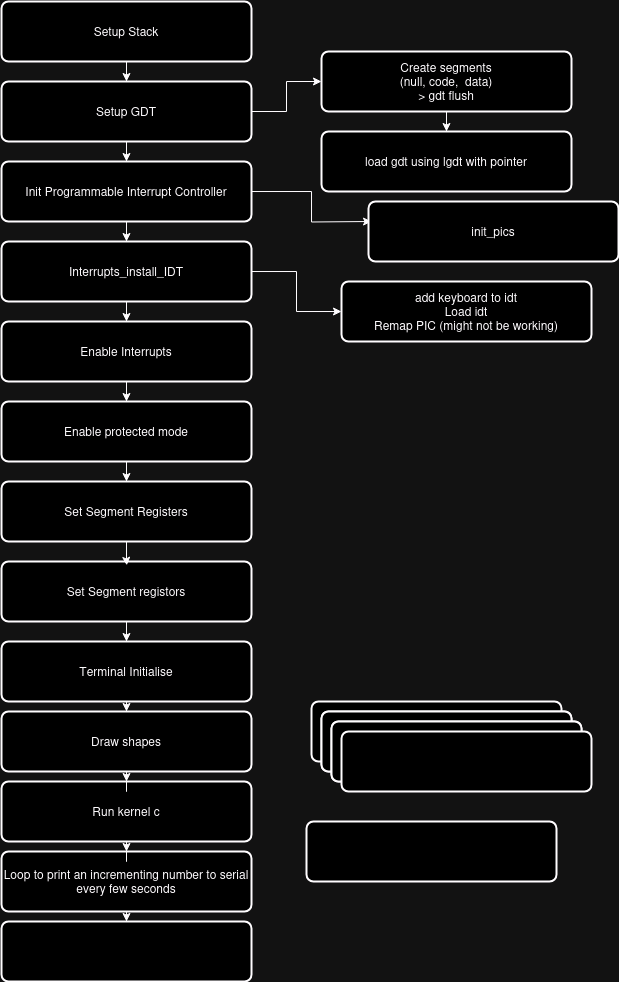
The draw.io diagram Worksheet2p2.drawio.png in bsjohnson20/OperatingSystems-Worksheets, before a commit. Source tidied: cells renumbered, new cells last; positions are measured from the earlier drawing's top-left corner, leaving out a move shared by most shapes. The source it was exported from:
```xml
<mxGraphModel>
  <root>
    <mxCell id="0" />
    <mxCell id="1" parent="0" />
    <mxCell id="2" style="edgeStyle=orthogonalEdgeStyle;rounded=0;jettySize=auto;html=1;" parent="1" edge="1" source="4">
      <mxGeometry relative="1" as="geometry">
        <mxPoint x="125" y="320" as="targetPoint" />
      </mxGeometry>
    </mxCell>
    <mxCell id="3" style="edgeStyle=orthogonalEdgeStyle;rounded=0;jettySize=auto;html=1;" parent="1" edge="1" source="4" target="6">
      <mxGeometry relative="1" as="geometry" />
    </mxCell>
    <mxCell id="4" value="Enable Interrupts" style="rounded=1;whiteSpace=wrap;html=1;absoluteArcSize=1;arcSize=14;strokeWidth=2;" parent="1" vertex="1">
      <mxGeometry y="320" width="250" height="60" as="geometry" />
    </mxCell>
    <mxCell id="5" style="edgeStyle=orthogonalEdgeStyle;rounded=0;jettySize=auto;html=1;entryX=0.5;entryY=0;entryDx=0;entryDy=0;" parent="1" edge="1" source="6" target="17">
      <mxGeometry relative="1" as="geometry" />
    </mxCell>
    <mxCell id="6" value="Enable protected mode" style="rounded=1;whiteSpace=wrap;html=1;absoluteArcSize=1;arcSize=14;strokeWidth=2;" parent="1" vertex="1">
      <mxGeometry y="400" width="250" height="60" as="geometry" />
    </mxCell>
    <mxCell id="7" style="edgeStyle=orthogonalEdgeStyle;rounded=0;jettySize=auto;html=1;" parent="1" edge="1" source="8" target="41">
      <mxGeometry relative="1" as="geometry" />
    </mxCell>
    <mxCell id="8" value="Interrupts_install_IDT" style="rounded=1;whiteSpace=wrap;html=1;absoluteArcSize=1;arcSize=14;strokeWidth=2;" parent="1" vertex="1">
      <mxGeometry y="240" width="250" height="60" as="geometry" />
    </mxCell>
    <mxCell id="9" style="edgeStyle=orthogonalEdgeStyle;rounded=0;jettySize=auto;html=1;" parent="1" edge="1" source="11" target="8">
      <mxGeometry relative="1" as="geometry" />
    </mxCell>
    <mxCell id="10" style="edgeStyle=orthogonalEdgeStyle;rounded=0;jettySize=auto;html=1;" parent="1" edge="1" source="11">
      <mxGeometry relative="1" as="geometry">
        <mxPoint x="370" y="220" as="targetPoint" />
      </mxGeometry>
    </mxCell>
    <mxCell id="11" value="Init Programmable Interrupt Controller" style="rounded=1;whiteSpace=wrap;html=1;absoluteArcSize=1;arcSize=14;strokeWidth=2;" parent="1" vertex="1">
      <mxGeometry y="160" width="250" height="60" as="geometry" />
    </mxCell>
    <mxCell id="12" style="edgeStyle=orthogonalEdgeStyle;rounded=0;jettySize=auto;html=1;entryX=0;entryY=0.5;entryDx=0;entryDy=0;exitX=1;exitY=0.5;exitDx=0;exitDy=0;" parent="1" edge="1" source="14" target="37">
      <mxGeometry relative="1" as="geometry" />
    </mxCell>
    <mxCell id="13" style="edgeStyle=orthogonalEdgeStyle;rounded=0;jettySize=auto;html=1;" parent="1" edge="1" source="14" target="11">
      <mxGeometry relative="1" as="geometry" />
    </mxCell>
    <mxCell id="14" value="Setup GDT" style="rounded=1;whiteSpace=wrap;html=1;absoluteArcSize=1;arcSize=14;strokeWidth=2;" parent="1" vertex="1">
      <mxGeometry y="80" width="250" height="60" as="geometry" />
    </mxCell>
    <mxCell id="15" style="edgeStyle=orthogonalEdgeStyle;rounded=0;jettySize=auto;html=1;" parent="1" edge="1" source="16" target="14">
      <mxGeometry relative="1" as="geometry" />
    </mxCell>
    <mxCell id="16" value="Setup Stack" style="rounded=1;whiteSpace=wrap;html=1;absoluteArcSize=1;arcSize=14;strokeWidth=2;" parent="1" vertex="1">
      <mxGeometry width="250" height="60" as="geometry" />
    </mxCell>
    <mxCell id="17" value="Set Segment Registers" style="rounded=1;whiteSpace=wrap;html=1;absoluteArcSize=1;arcSize=14;strokeWidth=2;" parent="1" vertex="1">
      <mxGeometry y="480" width="250" height="60" as="geometry" />
    </mxCell>
    <mxCell id="18" style="edgeStyle=orthogonalEdgeStyle;rounded=0;jettySize=auto;html=1;entryX=0.5;entryY=0;entryDx=0;entryDy=0;" parent="1" edge="1" source="19" target="21">
      <mxGeometry relative="1" as="geometry" />
    </mxCell>
    <mxCell id="19" value="Set Segment registors" style="rounded=1;whiteSpace=wrap;html=1;absoluteArcSize=1;arcSize=14;strokeWidth=2;" parent="1" vertex="1">
      <mxGeometry y="560" width="250" height="60" as="geometry" />
    </mxCell>
    <mxCell id="20" style="edgeStyle=orthogonalEdgeStyle;rounded=0;jettySize=auto;html=1;entryX=0.5;entryY=0;entryDx=0;entryDy=0;" parent="1" edge="1" source="21" target="29">
      <mxGeometry relative="1" as="geometry" />
    </mxCell>
    <mxCell id="21" value="Terminal Initialise" style="rounded=1;whiteSpace=wrap;html=1;absoluteArcSize=1;arcSize=14;strokeWidth=2;" parent="1" vertex="1">
      <mxGeometry y="640" width="250" height="60" as="geometry" />
    </mxCell>
    <mxCell id="22" style="rounded=1;whiteSpace=wrap;html=1;absoluteArcSize=1;arcSize=14;strokeWidth=2;" parent="1" vertex="1">
      <mxGeometry x="310" y="700" width="250" height="60" as="geometry" />
    </mxCell>
    <mxCell id="23" style="rounded=1;whiteSpace=wrap;html=1;absoluteArcSize=1;arcSize=14;strokeWidth=2;" parent="1" vertex="1">
      <mxGeometry x="320" y="710" width="250" height="60" as="geometry" />
    </mxCell>
    <mxCell id="24" style="edgeStyle=orthogonalEdgeStyle;rounded=0;jettySize=auto;html=1;entryX=0.5;entryY=0;entryDx=0;entryDy=0;" parent="1" edge="1" source="25" target="35">
      <mxGeometry relative="1" as="geometry" />
    </mxCell>
    <mxCell id="25" value="Loop to print an incrementing number to serial every few seconds" style="rounded=1;whiteSpace=wrap;html=1;absoluteArcSize=1;arcSize=14;strokeWidth=2;" parent="1" vertex="1">
      <mxGeometry y="850" width="250" height="60" as="geometry" />
    </mxCell>
    <mxCell id="26" style="edgeStyle=orthogonalEdgeStyle;rounded=0;jettySize=auto;html=1;entryX=0.5;entryY=0;entryDx=0;entryDy=0;" parent="1" edge="1" source="27" target="25">
      <mxGeometry relative="1" as="geometry" />
    </mxCell>
    <mxCell id="27" value="Run kernel c" style="rounded=1;whiteSpace=wrap;html=1;absoluteArcSize=1;arcSize=14;strokeWidth=2;" parent="1" vertex="1">
      <mxGeometry y="780" width="250" height="60" as="geometry" />
    </mxCell>
    <mxCell id="28" style="edgeStyle=orthogonalEdgeStyle;rounded=0;jettySize=auto;html=1;" parent="1" edge="1" source="29" target="27">
      <mxGeometry relative="1" as="geometry" />
    </mxCell>
    <mxCell id="29" value="Draw shapes" style="rounded=1;whiteSpace=wrap;html=1;absoluteArcSize=1;arcSize=14;strokeWidth=2;" parent="1" vertex="1">
      <mxGeometry y="710" width="250" height="60" as="geometry" />
    </mxCell>
    <mxCell id="30" style="rounded=1;whiteSpace=wrap;html=1;absoluteArcSize=1;arcSize=14;strokeWidth=2;" parent="1" vertex="1">
      <mxGeometry x="320" y="710" width="250" height="60" as="geometry" />
    </mxCell>
    <mxCell id="31" style="rounded=1;whiteSpace=wrap;html=1;absoluteArcSize=1;arcSize=14;strokeWidth=2;" parent="1" vertex="1">
      <mxGeometry x="330" y="720" width="250" height="60" as="geometry" />
    </mxCell>
    <mxCell id="32" style="rounded=1;whiteSpace=wrap;html=1;absoluteArcSize=1;arcSize=14;strokeWidth=2;" parent="1" vertex="1">
      <mxGeometry x="330" y="720" width="250" height="60" as="geometry" />
    </mxCell>
    <mxCell id="33" style="rounded=1;whiteSpace=wrap;html=1;absoluteArcSize=1;arcSize=14;strokeWidth=2;" parent="1" vertex="1">
      <mxGeometry x="340" y="730" width="250" height="60" as="geometry" />
    </mxCell>
    <mxCell id="34" style="rounded=1;whiteSpace=wrap;html=1;absoluteArcSize=1;arcSize=14;strokeWidth=2;" parent="1" vertex="1">
      <mxGeometry x="305" y="820" width="250" height="60" as="geometry" />
    </mxCell>
    <mxCell id="35" style="rounded=1;whiteSpace=wrap;html=1;absoluteArcSize=1;arcSize=14;strokeWidth=2;" parent="1" vertex="1">
      <mxGeometry y="920" width="250" height="60" as="geometry" />
    </mxCell>
    <mxCell id="36" style="edgeStyle=orthogonalEdgeStyle;rounded=0;jettySize=auto;html=1;entryX=0.5;entryY=0;entryDx=0;entryDy=0;" parent="1" edge="1" source="37" target="39">
      <mxGeometry relative="1" as="geometry" />
    </mxCell>
    <mxCell id="37" value="&lt;div&gt;Create segments&lt;br&gt;(null, code,&amp;nbsp; data)&lt;br&gt;&lt;/div&gt;&lt;div&gt;&amp;gt; gdt flush&lt;br&gt;&lt;/div&gt;" style="rounded=1;whiteSpace=wrap;html=1;absoluteArcSize=1;arcSize=14;strokeWidth=2;" parent="1" vertex="1">
      <mxGeometry x="320" y="50" width="250" height="60" as="geometry" />
    </mxCell>
    <mxCell id="38" style="edgeStyle=orthogonalEdgeStyle;rounded=0;jettySize=auto;html=1;entryX=0.501;entryY=0.064;entryDx=0;entryDy=0;entryPerimeter=0;" parent="1" edge="1" source="17" target="19">
      <mxGeometry relative="1" as="geometry" />
    </mxCell>
    <mxCell id="39" value="load gdt using lgdt with pointer" style="rounded=1;whiteSpace=wrap;html=1;absoluteArcSize=1;arcSize=14;strokeWidth=2;" parent="1" vertex="1">
      <mxGeometry x="320" y="130" width="250" height="60" as="geometry" />
    </mxCell>
    <mxCell id="40" value="init_pics" style="rounded=1;whiteSpace=wrap;html=1;absoluteArcSize=1;arcSize=14;strokeWidth=2;" parent="1" vertex="1">
      <mxGeometry x="367" y="200" width="250" height="60" as="geometry" />
    </mxCell>
    <mxCell id="41" value="&lt;div&gt;add keyboard to idt&lt;/div&gt;&lt;div&gt;Load idt&lt;/div&gt;&lt;div&gt;Remap PIC (might not be working)&lt;br&gt;&lt;/div&gt;" style="rounded=1;whiteSpace=wrap;html=1;absoluteArcSize=1;arcSize=14;strokeWidth=2;" parent="1" vertex="1">
      <mxGeometry x="340" y="280" width="250" height="60" as="geometry" />
    </mxCell>
  </root>
</mxGraphModel>
```
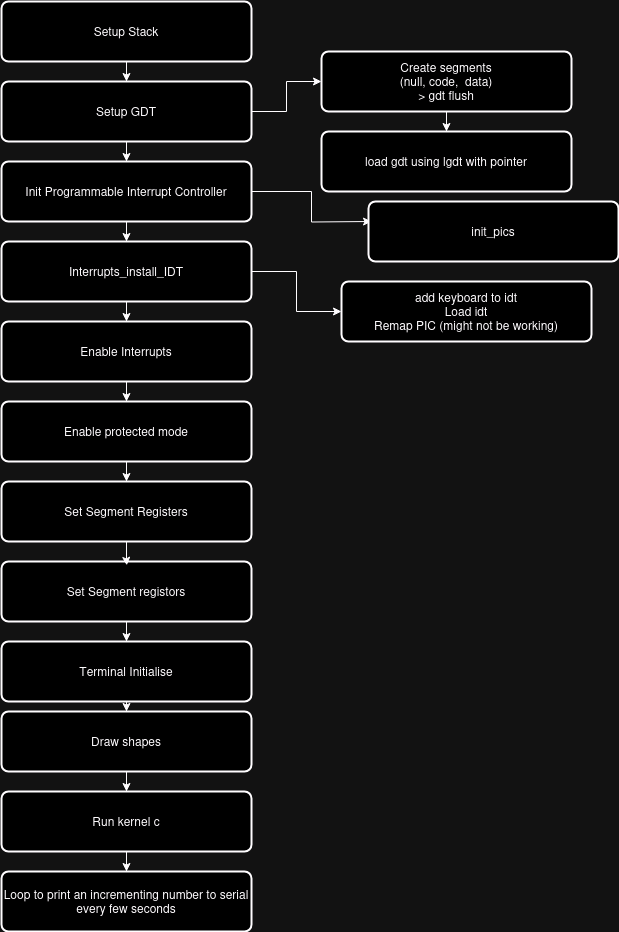
After the change.

What changed in the source:
```diff
@@ -66,23 +66,14 @@
     <mxCell id="21" value="Terminal Initialise" style="rounded=1;whiteSpace=wrap;html=1;absoluteArcSize=1;arcSize=14;strokeWidth=2;" parent="1" vertex="1">
       <mxGeometry y="640" width="250" height="60" as="geometry" />
     </mxCell>
-    <mxCell id="22" style="rounded=1;whiteSpace=wrap;html=1;absoluteArcSize=1;arcSize=14;strokeWidth=2;" parent="1" vertex="1">
-      <mxGeometry x="310" y="700" width="250" height="60" as="geometry" />
-    </mxCell>
-    <mxCell id="23" style="rounded=1;whiteSpace=wrap;html=1;absoluteArcSize=1;arcSize=14;strokeWidth=2;" parent="1" vertex="1">
-      <mxGeometry x="320" y="710" width="250" height="60" as="geometry" />
-    </mxCell>
-    <mxCell id="24" style="edgeStyle=orthogonalEdgeStyle;rounded=0;jettySize=auto;html=1;entryX=0.5;entryY=0;entryDx=0;entryDy=0;" parent="1" edge="1" source="25" target="35">
-      <mxGeometry relative="1" as="geometry" />
-    </mxCell>
     <mxCell id="25" value="Loop to print an incrementing number to serial every few seconds" style="rounded=1;whiteSpace=wrap;html=1;absoluteArcSize=1;arcSize=14;strokeWidth=2;" parent="1" vertex="1">
-      <mxGeometry y="850" width="250" height="60" as="geometry" />
+      <mxGeometry y="870" width="250" height="60" as="geometry" />
     </mxCell>
     <mxCell id="26" style="edgeStyle=orthogonalEdgeStyle;rounded=0;jettySize=auto;html=1;entryX=0.5;entryY=0;entryDx=0;entryDy=0;" parent="1" edge="1" source="27" target="25">
       <mxGeometry relative="1" as="geometry" />
     </mxCell>
     <mxCell id="27" value="Run kernel c" style="rounded=1;whiteSpace=wrap;html=1;absoluteArcSize=1;arcSize=14;strokeWidth=2;" parent="1" vertex="1">
-      <mxGeometry y="780" width="250" height="60" as="geometry" />
+      <mxGeometry y="790" width="250" height="60" as="geometry" />
     </mxCell>
     <mxCell id="28" style="edgeStyle=orthogonalEdgeStyle;rounded=0;jettySize=auto;html=1;" parent="1" edge="1" source="29" target="27">
       <mxGeometry relative="1" as="geometry" />
@@ -90,24 +81,6 @@
     <mxCell id="29" value="Draw shapes" style="rounded=1;whiteSpace=wrap;html=1;absoluteArcSize=1;arcSize=14;strokeWidth=2;" parent="1" vertex="1">
       <mxGeometry y="710" width="250" height="60" as="geometry" />
     </mxCell>
-    <mxCell id="30" style="rounded=1;whiteSpace=wrap;html=1;absoluteArcSize=1;arcSize=14;strokeWidth=2;" parent="1" vertex="1">
-      <mxGeometry x="320" y="710" width="250" height="60" as="geometry" />
-    </mxCell>
-    <mxCell id="31" style="rounded=1;whiteSpace=wrap;html=1;absoluteArcSize=1;arcSize=14;strokeWidth=2;" parent="1" vertex="1">
-      <mxGeometry x="330" y="720" width="250" height="60" as="geometry" />
-    </mxCell>
-    <mxCell id="32" style="rounded=1;whiteSpace=wrap;html=1;absoluteArcSize=1;arcSize=14;strokeWidth=2;" parent="1" vertex="1">
-      <mxGeometry x="330" y="720" width="250" height="60" as="geometry" />
-    </mxCell>
-    <mxCell id="33" style="rounded=1;whiteSpace=wrap;html=1;absoluteArcSize=1;arcSize=14;strokeWidth=2;" parent="1" vertex="1">
-      <mxGeometry x="340" y="730" width="250" height="60" as="geometry" />
-    </mxCell>
-    <mxCell id="34" style="rounded=1;whiteSpace=wrap;html=1;absoluteArcSize=1;arcSize=14;strokeWidth=2;" parent="1" vertex="1">
-      <mxGeometry x="305" y="820" width="250" height="60" as="geometry" />
-    </mxCell>
-    <mxCell id="35" style="rounded=1;whiteSpace=wrap;html=1;absoluteArcSize=1;arcSize=14;strokeWidth=2;" parent="1" vertex="1">
-      <mxGeometry y="920" width="250" height="60" as="geometry" />
-    </mxCell>
     <mxCell id="36" style="edgeStyle=orthogonalEdgeStyle;rounded=0;jettySize=auto;html=1;entryX=0.5;entryY=0;entryDx=0;entryDy=0;" parent="1" edge="1" source="37" target="39">
       <mxGeometry relative="1" as="geometry" />
     </mxCell>
```
